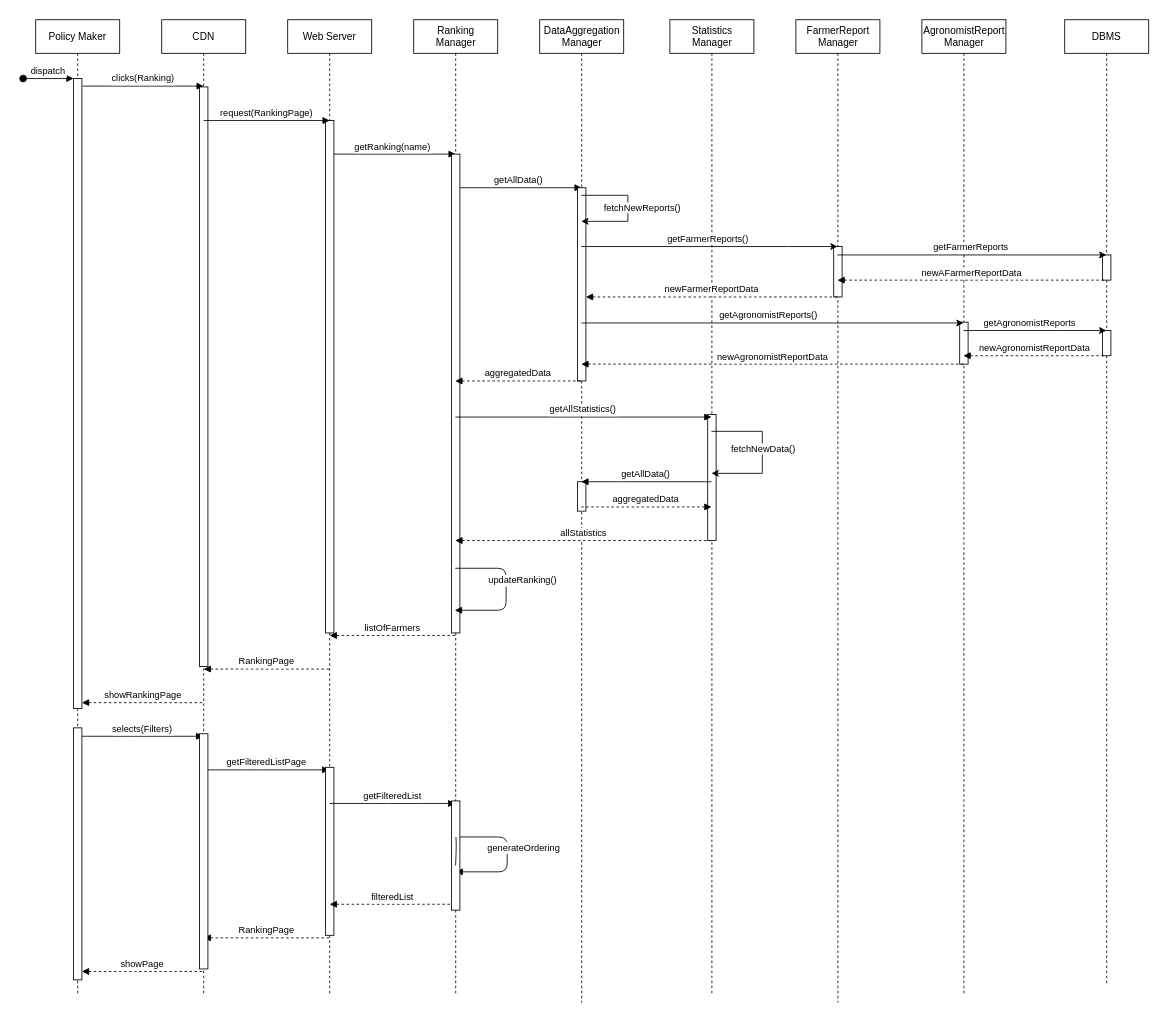
Earlier version of the draw.io diagram page "ViewRanking" (1 of 3) of images_diagrams/dd/policyMakerSequenceDiaEXT.drawio (gabrielemarra/DREAM-ProjectDesign). Source tidied: cells renumbered, new cells numbered last; positions are measured from the earlier drawing's top-left corner, leaving out a move shared by most shapes. Both pictures are drawn from the tidied source at 84%, with x=0, y=0 at pixel (23, 19).
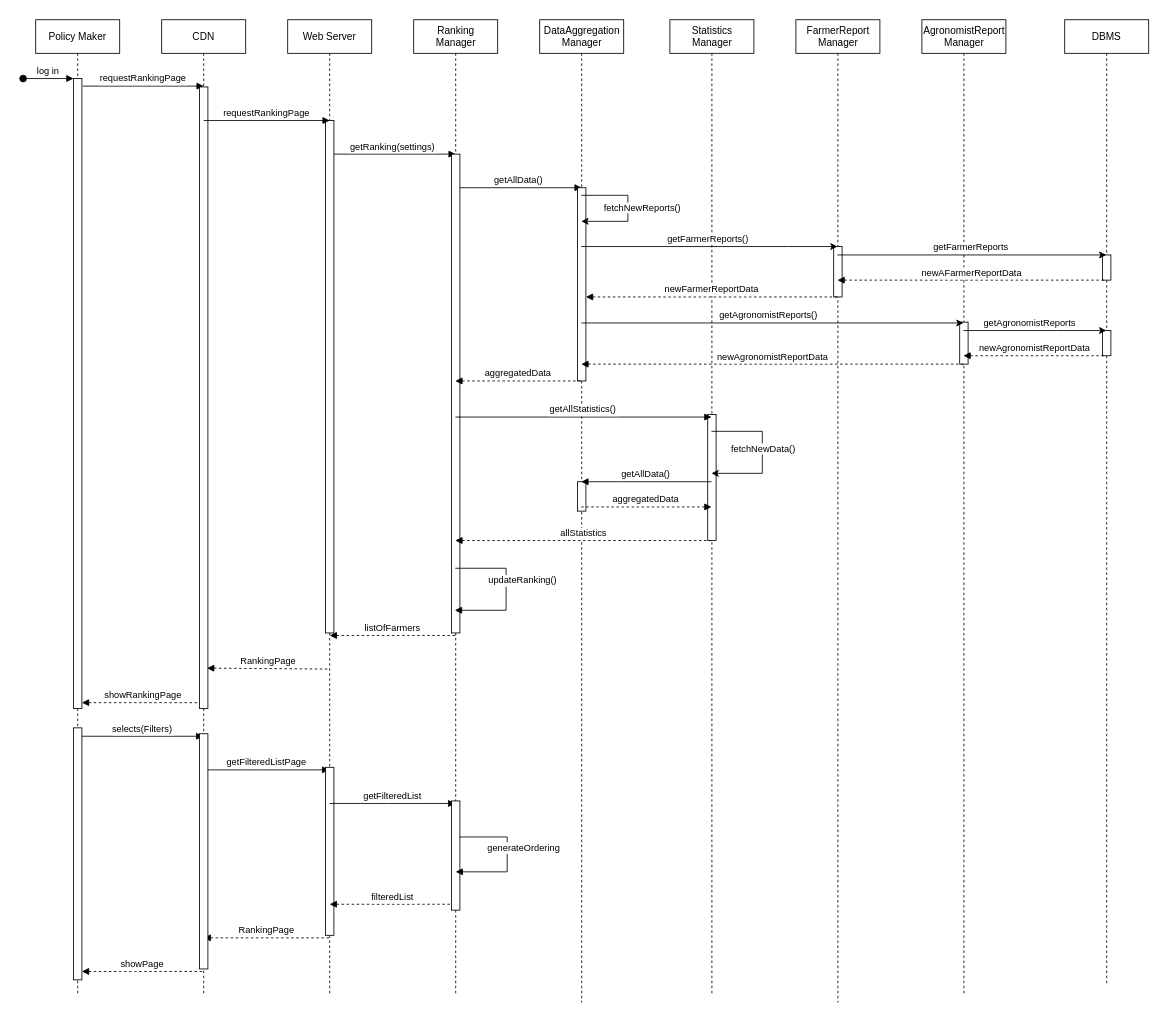
The same page after the edit.

The change refers to these unchanged cells:
```xml
<mxCell id="2" value="Policy Maker" style="shape=umlLifeline;perimeter=lifelinePerimeter;rounded=0;shadow=0;strokeWidth=1;" parent="1" vertex="1">
  <mxGeometry x="15" width="100" height="1160" as="geometry" />
</mxCell>
<mxCell id="3" style="points=[];perimeter=orthogonalPerimeter;rounded=0;shadow=0;strokeWidth=1;" parent="2" vertex="1">
  <mxGeometry x="45" y="70" width="10" height="750" as="geometry" />
</mxCell>
<mxCell id="7" value="Web Server" style="shape=umlLifeline;perimeter=lifelinePerimeter;rounded=0;shadow=0;strokeWidth=1;" parent="1" vertex="1">
  <mxGeometry x="315" width="100" height="1160" as="geometry" />
</mxCell>
<mxCell id="14" value="CDN" style="shape=umlLifeline;perimeter=lifelinePerimeter;rounded=0;shadow=0;strokeWidth=1;" parent="1" vertex="1">
  <mxGeometry x="165" width="100" height="1160" as="geometry" />
</mxCell>
<mxCell id="33" value="&lt;div&gt;Ranking&lt;/div&gt;&lt;div&gt;Manager&lt;br&gt;&lt;/div&gt;" style="shape=umlLifeline;perimeter=lifelinePerimeter;rounded=0;shadow=0;strokeWidth=1;html=1;" parent="1" vertex="1">
  <mxGeometry x="465" width="100" height="1160" as="geometry" />
</mxCell>
<mxCell id="62" style="points=[];perimeter=orthogonalPerimeter;rounded=0;shadow=0;strokeWidth=1;" parent="1" vertex="1">
  <mxGeometry x="510" y="930" width="10" height="130" as="geometry" />
</mxCell>
```

Diff of the diagram source:
```diff
@@
-    <mxCell id="4" value="dispatch" style="verticalAlign=bottom;startArrow=oval;endArrow=block;startSize=8;shadow=0;strokeWidth=1;" parent="2" edge="1" target="3">
+    <mxCell id="4" value="log in" style="verticalAlign=bottom;startArrow=oval;endArrow=block;startSize=8;shadow=0;strokeWidth=1;" parent="2" edge="1" target="3">
       <mxGeometry relative="1" as="geometry">
         <mxPoint x="-15" y="70" as="sourcePoint" />
       </mxGeometry>
     </mxCell>
@@
-    <mxCell id="6" value="clicks(Ranking)" style="verticalAlign=bottom;endArrow=block;shadow=0;strokeWidth=1;" parent="1" edge="1">
+    <mxCell id="6" value="requestRankingPage" style="verticalAlign=bottom;endArrow=block;shadow=0;strokeWidth=1;" parent="1" edge="1">
       <mxGeometry relative="1" as="geometry">
         <mxPoint x="71" y="79" as="sourcePoint" />
         <mxPoint x="215" y="79" as="targetPoint" />
       </mxGeometry>
     </mxCell>
@@
-    <mxCell id="8" value="getRanking(name)" style="verticalAlign=bottom;endArrow=block;shadow=0;strokeWidth=1;" parent="7" edge="1">
+    <mxCell id="8" value="getRanking(settings)" style="verticalAlign=bottom;endArrow=block;shadow=0;strokeWidth=1;" parent="7" edge="1">
       <mxGeometry relative="1" as="geometry">
         <mxPoint x="50" y="160" as="sourcePoint" />
         <mxPoint x="200" y="160" as="targetPoint" />
       </mxGeometry>
     </mxCell>
-    <mxCell id="9" value="RankingPage" style="verticalAlign=bottom;endArrow=none;shadow=0;strokeWidth=1;startArrow=block;startFill=1;endFill=0;dashed=1;" parent="7" edge="1">
-      <mxGeometry relative="1" as="geometry">
-        <mxPoint x="-100" y="773" as="sourcePoint" />
-        <mxPoint x="50" y="773" as="targetPoint" />
-      </mxGeometry>
-    </mxCell>
@@
+    <mxCell id="9" value="RankingPage" style="verticalAlign=bottom;endArrow=none;shadow=0;strokeWidth=1;startArrow=block;startFill=1;endFill=0;dashed=1;exitX=0.905;exitY=0.935;exitDx=0;exitDy=0;exitPerimeter=0;" parent="7" edge="1" source="18">
+      <mxGeometry relative="1" as="geometry">
+        <mxPoint x="50" y="773" as="targetPoint" />
+      </mxGeometry>
+    </mxCell>
@@
     <mxCell id="18" style="points=[];perimeter=orthogonalPerimeter;rounded=0;shadow=0;strokeWidth=1;" parent="14" vertex="1">
-      <mxGeometry x="45" y="80" width="10" height="690" as="geometry" />
+      <mxGeometry x="45" y="80" width="10" height="740" as="geometry" />
     </mxCell>
@@
-    <mxCell id="35" value="getFilteredList" style="verticalAlign=bottom;endArrow=block;exitX=1.089;exitY=0.572;shadow=0;strokeWidth=1;endFill=1;exitDx=0;exitDy=0;exitPerimeter=0;" parent="33" edge="1">
-      <mxGeometry relative="1" as="geometry">
-        <mxPoint x="-100" y="933" as="sourcePoint" />
-        <mxPoint x="49.5" y="933" as="targetPoint" />
-        <Array as="points">
-          <mxPoint x="-41.1" y="933" />
-        </Array>
-      </mxGeometry>
-    </mxCell>
@@
+    <mxCell id="35" value="getFilteredList" style="verticalAlign=bottom;endArrow=block;exitX=1.089;exitY=0.572;shadow=0;strokeWidth=1;endFill=1;exitDx=0;exitDy=0;exitPerimeter=0;" parent="33" edge="1">
+      <mxGeometry relative="1" as="geometry">
+        <mxPoint x="-100" y="933" as="sourcePoint" />
+        <mxPoint x="49.5" y="933" as="targetPoint" />
+        <Array as="points">
+          <mxPoint x="-41.1" y="933" />
+        </Array>
+      </mxGeometry>
+    </mxCell>
-    <mxCell id="38" value="request(RankingPage)" style="verticalAlign=bottom;endArrow=block;shadow=0;strokeWidth=1;" parent="1" edge="1">
+    <mxCell id="38" value="requestRankingPage" style="verticalAlign=bottom;endArrow=block;shadow=0;strokeWidth=1;" parent="1" edge="1">
       <mxGeometry relative="1" as="geometry">
         <mxPoint x="215" y="120" as="sourcePoint" />
         <mxPoint x="365" y="120" as="targetPoint" />
       </mxGeometry>
     </mxCell>
-    <mxCell id="39" value="updateRanking()" style="verticalAlign=bottom;endArrow=block;shadow=0;strokeWidth=1;startArrow=none;startFill=0;endFill=1;edgeStyle=orthogonalEdgeStyle;" parent="1" edge="1">
+    <mxCell id="39" value="updateRanking()" style="verticalAlign=bottom;endArrow=block;shadow=0;strokeWidth=1;startArrow=none;startFill=0;endFill=1;edgeStyle=orthogonalEdgeStyle;rounded=0;" parent="1" edge="1">
       <mxGeometry x="-0.02" y="20" relative="1" as="geometry">
         <mxPoint x="514.5" y="653" as="sourcePoint" />
         <mxPoint x="514" y="703" as="targetPoint" />
         <Array as="points">
           <mxPoint x="575" y="653" />
           <mxPoint x="575" y="703" />
         </Array>
       </mxGeometry>
     </mxCell>
-    <mxCell id="40" value="generateOrdering" style="verticalAlign=bottom;endArrow=block;shadow=0;strokeWidth=1;startArrow=none;startFill=0;endFill=1;entryX=0.487;entryY=0.591;entryDx=0;entryDy=0;entryPerimeter=0;edgeStyle=orthogonalEdgeStyle;" parent="1" edge="1" source="62">
-      <mxGeometry x="-0.02" y="20" relative="1" as="geometry">
-        <mxPoint x="515" y="1014.4" as="targetPoint" />
-        <Array as="points">
-          <mxPoint x="576.3" y="972.9" />
-          <mxPoint x="576.3" y="1013.9" />
-        </Array>
-      </mxGeometry>
-    </mxCell>
@@
-    <mxCell id="63" style="verticalAlign=bottom;endArrow=none;shadow=0;strokeWidth=1;startArrow=none;startFill=0;endFill=1;entryX=0.487;entryY=0.591;entryDx=0;entryDy=0;entryPerimeter=0;edgeStyle=orthogonalEdgeStyle;" parent="1" edge="1" target="62">
-      <mxGeometry x="-0.02" y="20" relative="1" as="geometry">
-        <mxPoint x="515.3" y="973" as="sourcePoint" />
-      </mxGeometry>
-    </mxCell>
+    <mxCell id="40" value="generateOrdering" style="verticalAlign=bottom;endArrow=block;shadow=0;strokeWidth=1;startArrow=none;startFill=0;endFill=1;entryX=0.487;entryY=0.591;entryDx=0;entryDy=0;entryPerimeter=0;edgeStyle=orthogonalEdgeStyle;rounded=0;" parent="1" edge="1" source="62">
+      <mxGeometry x="-0.02" y="20" relative="1" as="geometry">
+        <mxPoint x="515" y="1014.4" as="targetPoint" />
+        <Array as="points">
+          <mxPoint x="576.3" y="972.9" />
+          <mxPoint x="576.3" y="1013.9" />
+        </Array>
+      </mxGeometry>
+    </mxCell>
```
